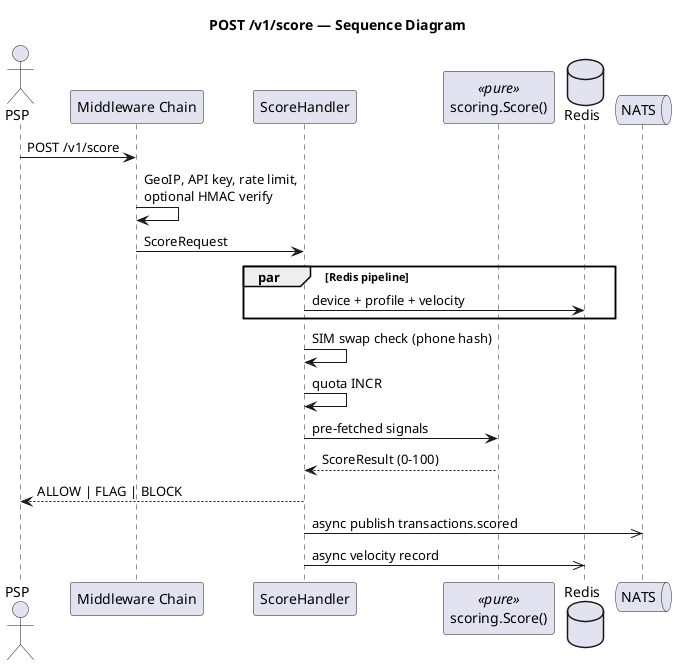
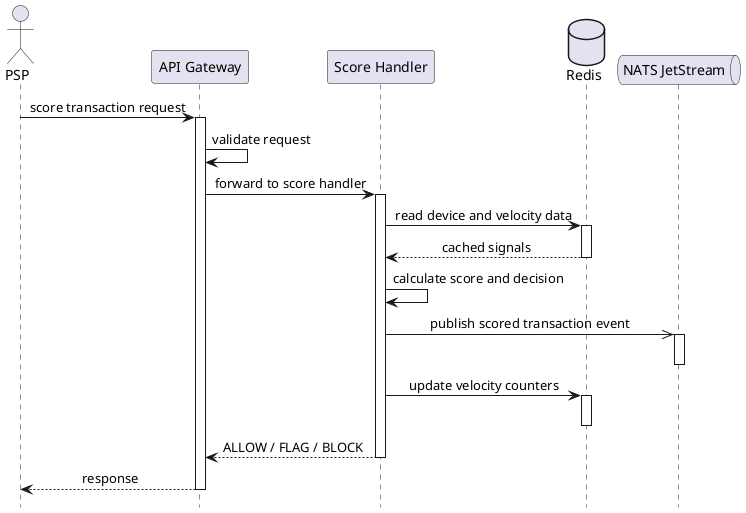
@startuml 07-sequence-score
- title POST /v1/score — Sequence Diagram
+ hide footbox
+ skinparam shadowing false
+ skinparam sequenceMessageAlign center

- actor PSP
- participant "Middleware Chain" as MW
- participant "ScoreHandler" as H
- participant "scoring.Score()" as S <<pure>>
+ actor "PSP" as PSP
+ participant "API Gateway" as API
+ participant "Score Handler" as H
database "Redis" as Redis
- queue "NATS" as NATS
+ queue "NATS JetStream" as NATS

- PSP -> MW : POST /v1/score
- MW -> MW : GeoIP, API key, rate limit,\noptional HMAC verify
- MW -> H : ScoreRequest
- par Redis pipeline
-   H -> Redis : device + profile + velocity
- end
- H -> H : SIM swap check (phone hash)
- H -> H : quota INCR
- H -> S : pre-fetched signals
- S --> H : ScoreResult (0-100)
- H --> PSP : ALLOW | FLAG | BLOCK
- H ->> NATS : async publish transactions.scored
- H ->> Redis : async velocity record
+ PSP -> API : score transaction request
+ activate API
+ 
+ API -> API : validate request
+ API -> H : forward to score handler
+ activate H
+ 
+ H -> Redis : read device and velocity data
+ activate Redis
+ Redis --> H : cached signals
+ deactivate Redis
+ 
+ H -> H : calculate score and decision
+ 
+ H ->> NATS : publish scored transaction event
+ activate NATS
+ deactivate NATS
+ 
+ H -> Redis : update velocity counters
+ activate Redis
+ deactivate Redis
+ 
+ H --> API : ALLOW / FLAG / BLOCK
+ deactivate H
+ 
+ API --> PSP : response
+ deactivate API

@enduml
